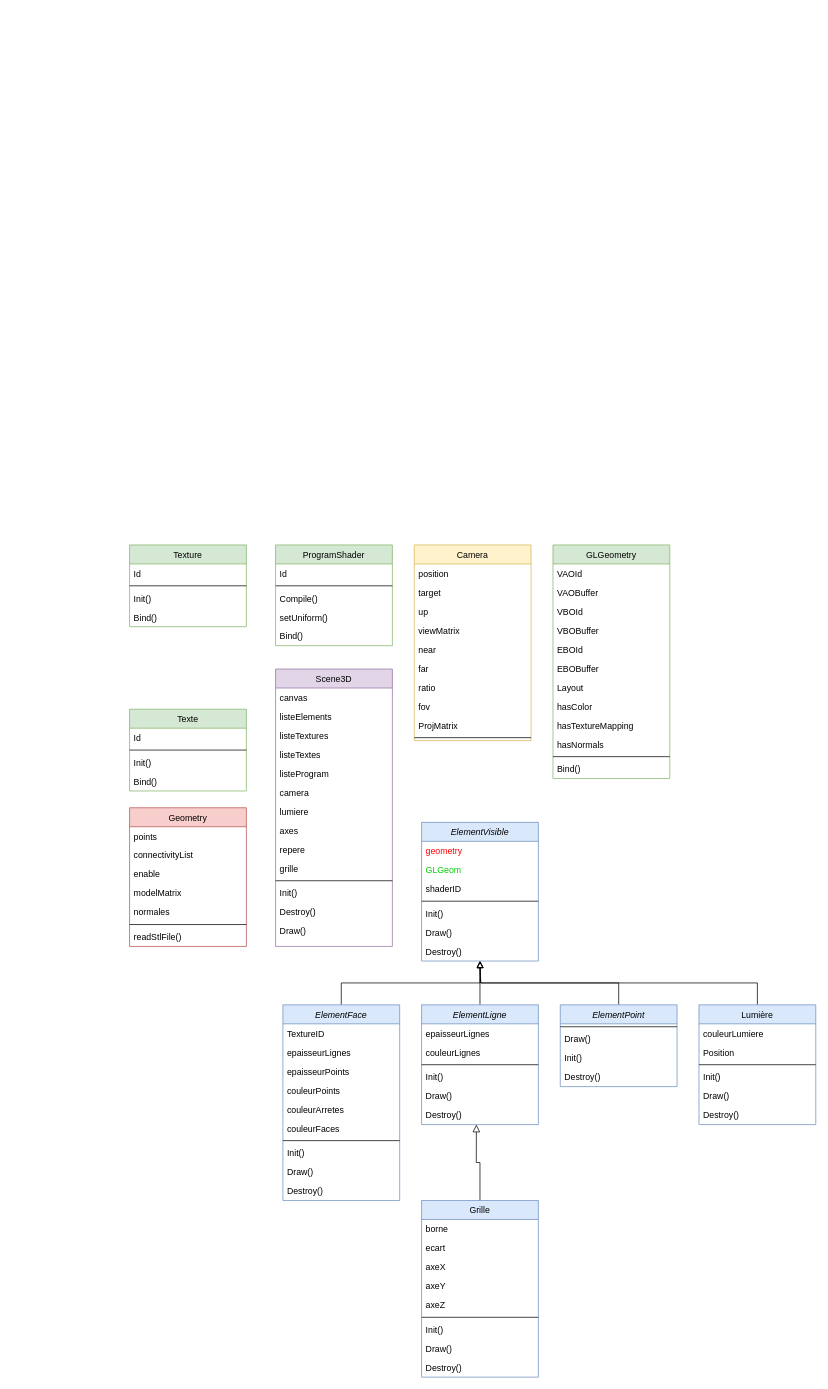
This is Architecture/architectureDiagram.drawio from Alex4969/OpenGL_MatlabToolbox, a draw.io file, before an edit. Source tidied: cells renumbered, new cells numbered last; positions are measured from the earlier drawing's top-left corner, leaving out a move shared by most shapes. Both pictures are drawn from the tidied source at 73%, with x=0, y=0 at pixel (129, 545).
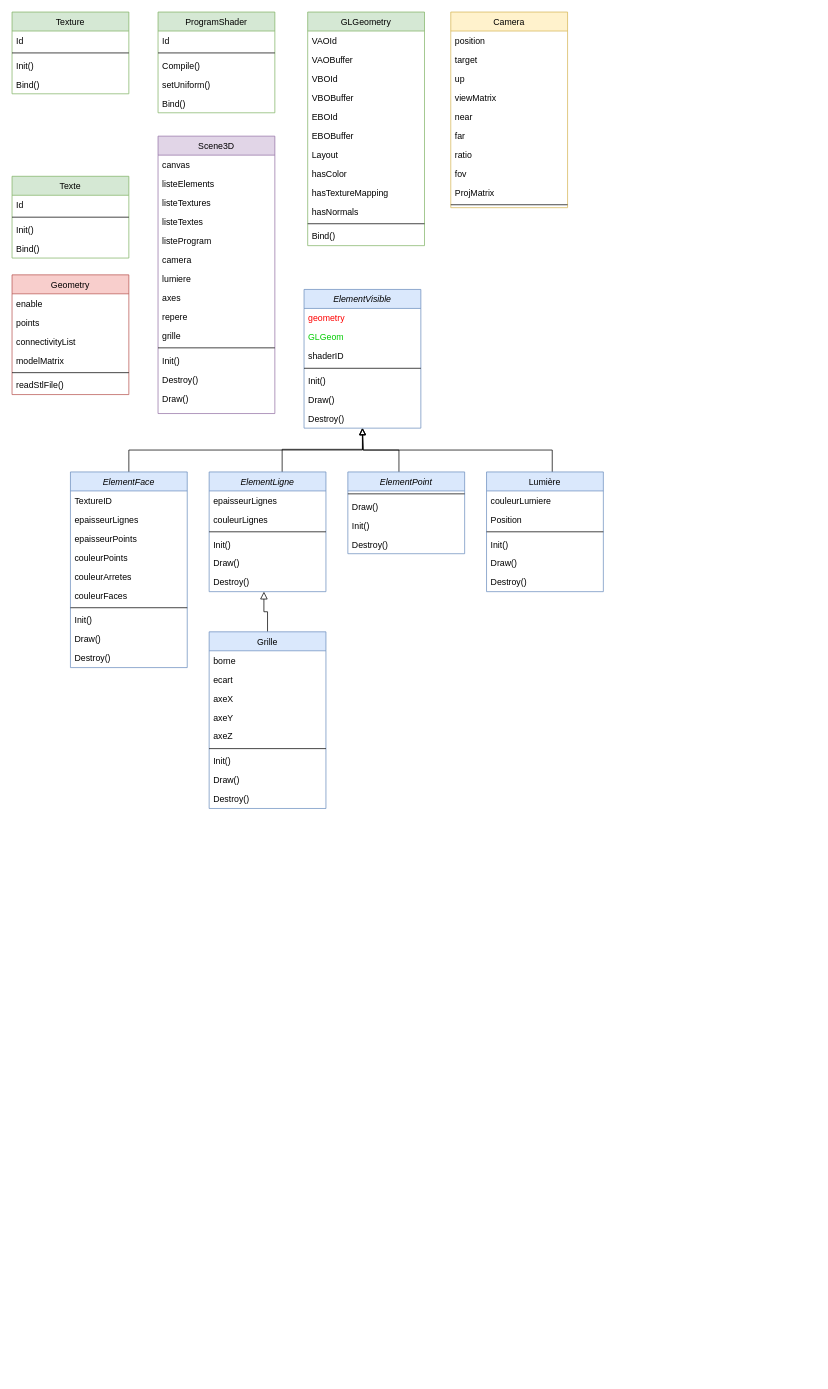
The same diagram, later.

Change to the diagram source:
```diff
@@
     <mxCell id="2" value="Geometry" style="swimlane;fontStyle=0;align=center;verticalAlign=top;horizontal=1;startSize=26;rounded=0;shadow=0;strokeWidth=1;fillColor=#f8cecc;strokeColor=#b85450;" parent="1" vertex="1">
-      <mxGeometry y="360" width="160" height="190" as="geometry" />
+      <mxGeometry x="-161" y="-370" width="160" height="164" as="geometry" />
     </mxCell>
+    <mxCell id="5" value="enable" style="text;align=left;verticalAlign=top;spacingLeft=4;spacingRight=4;overflow=hidden;rounded=0;shadow=0;html=0;" parent="2" vertex="1">
+      <mxGeometry y="26" width="160" height="26" as="geometry" />
+    </mxCell>
     <mxCell id="3" value="points" style="text;align=left;verticalAlign=top;spacingLeft=4;spacingRight=4;overflow=hidden;" parent="2" vertex="1">
-      <mxGeometry y="26" width="160" height="26" as="geometry" />
+      <mxGeometry y="52" width="160" height="26" as="geometry" />
     </mxCell>
     <mxCell id="4" value="connectivityList" style="text;align=left;verticalAlign=top;spacingLeft=4;spacingRight=4;overflow=hidden;rounded=0;shadow=0;html=0;" parent="2" vertex="1">
-      <mxGeometry y="52" width="160" height="26" as="geometry" />
+      <mxGeometry y="78" width="160" height="26" as="geometry" />
     </mxCell>
-    <mxCell id="5" value="enable" style="text;align=left;verticalAlign=top;spacingLeft=4;spacingRight=4;overflow=hidden;rounded=0;shadow=0;html=0;" parent="2" vertex="1">
-      <mxGeometry y="78" width="160" height="26" as="geometry" />
-    </mxCell>
@@
-    <mxCell id="7" value="normales" style="text;align=left;verticalAlign=top;spacingLeft=4;spacingRight=4;overflow=hidden;rounded=0;shadow=0;html=0;" parent="2" vertex="1">
-      <mxGeometry y="130" width="160" height="26" as="geometry" />
-    </mxCell>
     <mxCell id="8" style="line;html=1;strokeWidth=1;align=left;verticalAlign=middle;spacingTop=-1;spacingLeft=3;spacingRight=3;labelPosition=right;" parent="2" vertex="1">
-      <mxGeometry y="156" width="160" height="8" as="geometry" />
+      <mxGeometry y="130" width="160" height="8" as="geometry" />
     </mxCell>
     <mxCell id="9" value="readStlFile()" style="text;align=left;verticalAlign=top;spacingLeft=4;spacingRight=4;overflow=hidden;rounded=0;shadow=0;html=0;" parent="2" vertex="1">
-      <mxGeometry y="164" width="160" height="26" as="geometry" />
+      <mxGeometry y="138" width="160" height="26" as="geometry" />
     </mxCell>
     <mxCell id="10" value="GLGeometry" style="swimlane;fontStyle=0;align=center;verticalAlign=top;horizontal=1;startSize=26;rounded=0;shadow=0;strokeWidth=1;fillColor=#d5e8d4;strokeColor=#82b366;" parent="1" vertex="1">
-      <mxGeometry x="580" width="160" height="320" as="geometry" />
+      <mxGeometry x="244" y="-730" width="160" height="320" as="geometry" />
     </mxCell>
@@
     <mxCell id="23" value="Scene3D" style="swimlane;fontStyle=0;align=center;verticalAlign=top;horizontal=1;startSize=26;rounded=0;shadow=0;strokeWidth=1;fillColor=#e1d5e7;strokeColor=#9673a6;" parent="1" vertex="1">
-      <mxGeometry x="200" y="170" width="160" height="380" as="geometry" />
+      <mxGeometry x="39" y="-560" width="160" height="380" as="geometry" />
     </mxCell>
@@
     <mxCell id="38" value="ElementVisible" style="swimlane;fontStyle=2;align=center;verticalAlign=top;horizontal=1;startSize=26;rounded=0;shadow=0;strokeWidth=1;fillColor=#dae8fc;strokeColor=#6c8ebf;" parent="1" vertex="1">
-      <mxGeometry x="400" y="380" width="160" height="190" as="geometry" />
+      <mxGeometry x="239" y="-350" width="160" height="190" as="geometry" />
     </mxCell>
@@
     <mxCell id="46" style="edgeStyle=orthogonalEdgeStyle;rounded=0;jettySize=auto;html=1;endArrow=block;endFill=0;endSize=7;" parent="1" edge="1" source="47">
       <mxGeometry relative="1" as="geometry">
-        <mxPoint x="480" y="570" as="targetPoint" />
+        <mxPoint x="319" y="-160" as="targetPoint" />
         <Array as="points">
-          <mxPoint x="860" y="600" />
-          <mxPoint x="481" y="600" />
-          <mxPoint x="481" y="570" />
+          <mxPoint x="579" y="-130" />
+          <mxPoint x="320" y="-130" />
+          <mxPoint x="320" y="-160" />
         </Array>
       </mxGeometry>
     </mxCell>
     <mxCell id="47" value="Lumière" style="swimlane;fontStyle=0;align=center;verticalAlign=top;horizontal=1;startSize=26;rounded=0;shadow=0;strokeWidth=1;fillColor=#dae8fc;strokeColor=#6c8ebf;" parent="1" vertex="1">
-      <mxGeometry x="780" y="630" width="160" height="164" as="geometry" />
+      <mxGeometry x="489" y="-100" width="160" height="164" as="geometry" />
     </mxCell>
@@
     <mxCell id="55" value="Grille" style="swimlane;fontStyle=0;align=center;verticalAlign=top;horizontal=1;startSize=26;rounded=0;shadow=0;strokeWidth=1;fillColor=#dae8fc;strokeColor=#6c8ebf;" parent="1" vertex="1">
-      <mxGeometry x="400" y="898" width="160" height="242" as="geometry" />
+      <mxGeometry x="109" y="119" width="160" height="242" as="geometry" />
     </mxCell>
@@
     <mxCell id="65" value="Camera" style="swimlane;fontStyle=0;align=center;verticalAlign=top;horizontal=1;startSize=26;rounded=0;shadow=0;strokeWidth=1;fillColor=#fff2cc;strokeColor=#d6b656;" parent="1" vertex="1">
-      <mxGeometry x="390" width="160" height="268" as="geometry" />
+      <mxGeometry x="440" y="-730" width="160" height="268" as="geometry" />
     </mxCell>
@@
     <mxCell id="76" value="ProgramShader" style="swimlane;fontStyle=0;align=center;verticalAlign=top;horizontal=1;startSize=26;rounded=0;shadow=0;strokeWidth=1;fillColor=#d5e8d4;strokeColor=#82b366;" parent="1" vertex="1">
-      <mxGeometry x="200" width="160" height="138" as="geometry" />
+      <mxGeometry x="39" y="-730" width="160" height="138" as="geometry" />
     </mxCell>
@@
     <mxCell id="82" value="Texture" style="swimlane;fontStyle=0;align=center;verticalAlign=top;horizontal=1;startSize=26;rounded=0;shadow=0;strokeWidth=1;fillColor=#d5e8d4;strokeColor=#82b366;" parent="1" vertex="1">
-      <mxGeometry width="160" height="112" as="geometry" />
+      <mxGeometry x="-161" y="-730" width="160" height="112" as="geometry" />
     </mxCell>
@@
     <mxCell id="87" style="edgeStyle=orthogonalEdgeStyle;rounded=0;jettySize=auto;html=1;entryX=0.5;entryY=1;entryDx=0;entryDy=0;endArrow=block;endFill=0;endSize=7;" parent="1" edge="1" source="88" target="38">
       <mxGeometry relative="1" as="geometry">
         <Array as="points">
-          <mxPoint x="290" y="600" />
-          <mxPoint x="480" y="600" />
+          <mxPoint x="-1" y="-130" />
+          <mxPoint x="319" y="-130" />
         </Array>
       </mxGeometry>
     </mxCell>
     <mxCell id="88" value="ElementFace" style="swimlane;fontStyle=2;align=center;verticalAlign=top;horizontal=1;startSize=26;rounded=0;shadow=0;strokeWidth=1;fillColor=#dae8fc;strokeColor=#6c8ebf;" parent="1" vertex="1">
-      <mxGeometry x="210" y="630" width="160" height="268" as="geometry" />
+      <mxGeometry x="-81" y="-100" width="160" height="268" as="geometry" />
     </mxCell>
@@
     <mxCell id="99" style="edgeStyle=orthogonalEdgeStyle;rounded=0;jettySize=auto;html=1;endArrow=block;endFill=0;endSize=7;" parent="1" edge="1" source="100">
       <mxGeometry relative="1" as="geometry">
-        <mxPoint x="480" y="570" as="targetPoint" />
+        <mxPoint x="319" y="-160" as="targetPoint" />
+        <Array as="points">
+          <mxPoint x="209" y="-131" />
+          <mxPoint x="319" y="-131" />
+        </Array>
       </mxGeometry>
     </mxCell>
     <mxCell id="100" value="ElementLigne" style="swimlane;fontStyle=2;align=center;verticalAlign=top;horizontal=1;startSize=26;rounded=0;shadow=0;strokeWidth=1;fillColor=#dae8fc;strokeColor=#6c8ebf;" parent="1" vertex="1">
-      <mxGeometry x="400" y="630" width="160" height="164" as="geometry" />
+      <mxGeometry x="109" y="-100" width="160" height="164" as="geometry" />
     </mxCell>
@@
     <mxCell id="107" style="edgeStyle=orthogonalEdgeStyle;rounded=0;jettySize=auto;html=1;endArrow=block;endFill=0;endSize=7;" parent="1" edge="1" source="108">
       <mxGeometry relative="1" as="geometry">
-        <mxPoint x="480" y="570" as="targetPoint" />
+        <mxPoint x="319" y="-160" as="targetPoint" />
         <Array as="points">
-          <mxPoint x="670" y="600" />
-          <mxPoint x="481" y="600" />
-          <mxPoint x="481" y="570" />
+          <mxPoint x="369" y="-130" />
+          <mxPoint x="320" y="-130" />
+          <mxPoint x="320" y="-160" />
         </Array>
       </mxGeometry>
     </mxCell>
     <mxCell id="108" value="ElementPoint" style="swimlane;fontStyle=2;align=center;verticalAlign=top;horizontal=1;startSize=26;rounded=0;shadow=0;strokeWidth=1;fillColor=#dae8fc;strokeColor=#6c8ebf;" parent="1" vertex="1">
-      <mxGeometry x="590" y="630" width="160" height="112" as="geometry" />
+      <mxGeometry x="299" y="-100" width="160" height="112" as="geometry" />
     </mxCell>
@@
     <mxCell id="113" value="Texte" style="swimlane;fontStyle=0;align=center;verticalAlign=top;horizontal=1;startSize=26;rounded=0;shadow=0;strokeWidth=1;fillColor=#d5e8d4;strokeColor=#82b366;" parent="1" vertex="1">
-      <mxGeometry y="225" width="160" height="112" as="geometry" />
+      <mxGeometry x="-161" y="-505" width="160" height="112" as="geometry" />
     </mxCell>
```
